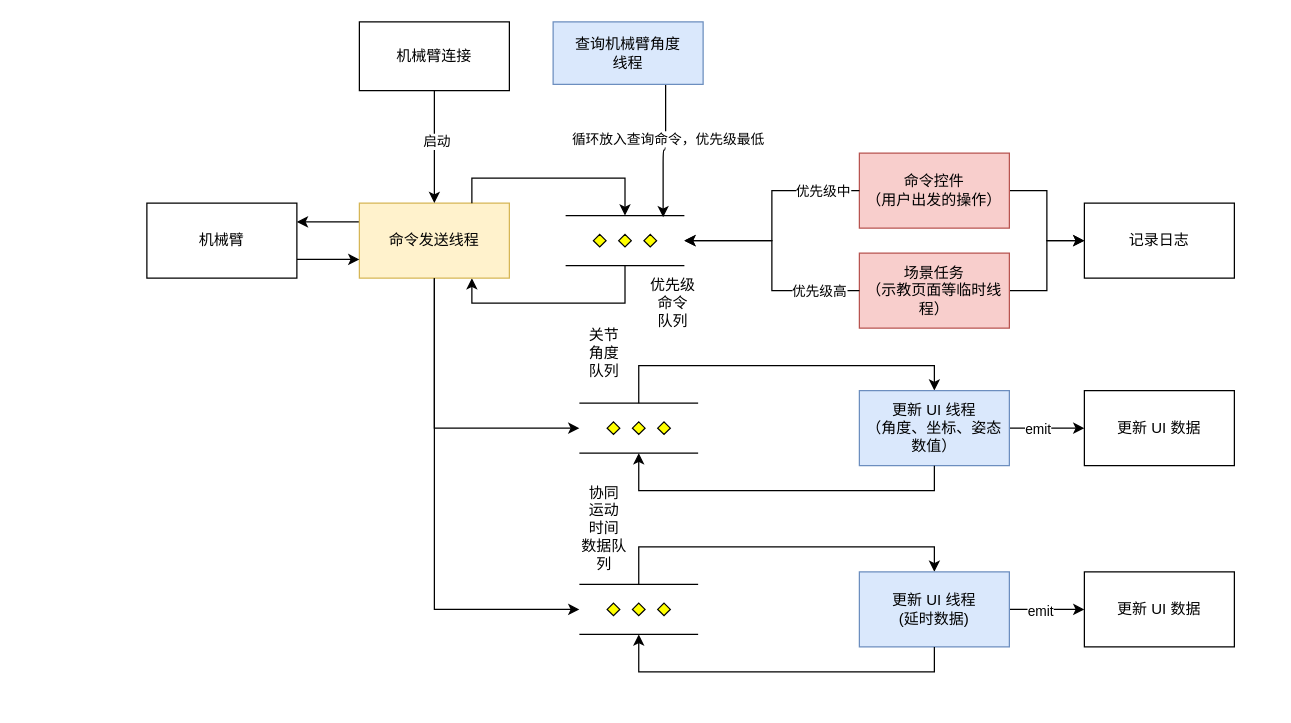
This is page "通讯线程工作流" (4 of 5) of docs/上位机核心逻辑设计.drawio from CoreJK/blinx_robot_arm_control, a draw.io file, before an edit. Source tidied: cells renumbered, new cells numbered last; positions are measured from the earlier drawing's top-left corner, leaving out a move shared by most shapes. Both pictures are drawn from the tidied source at 125%, with x=0, y=0 at pixel (146, 21).
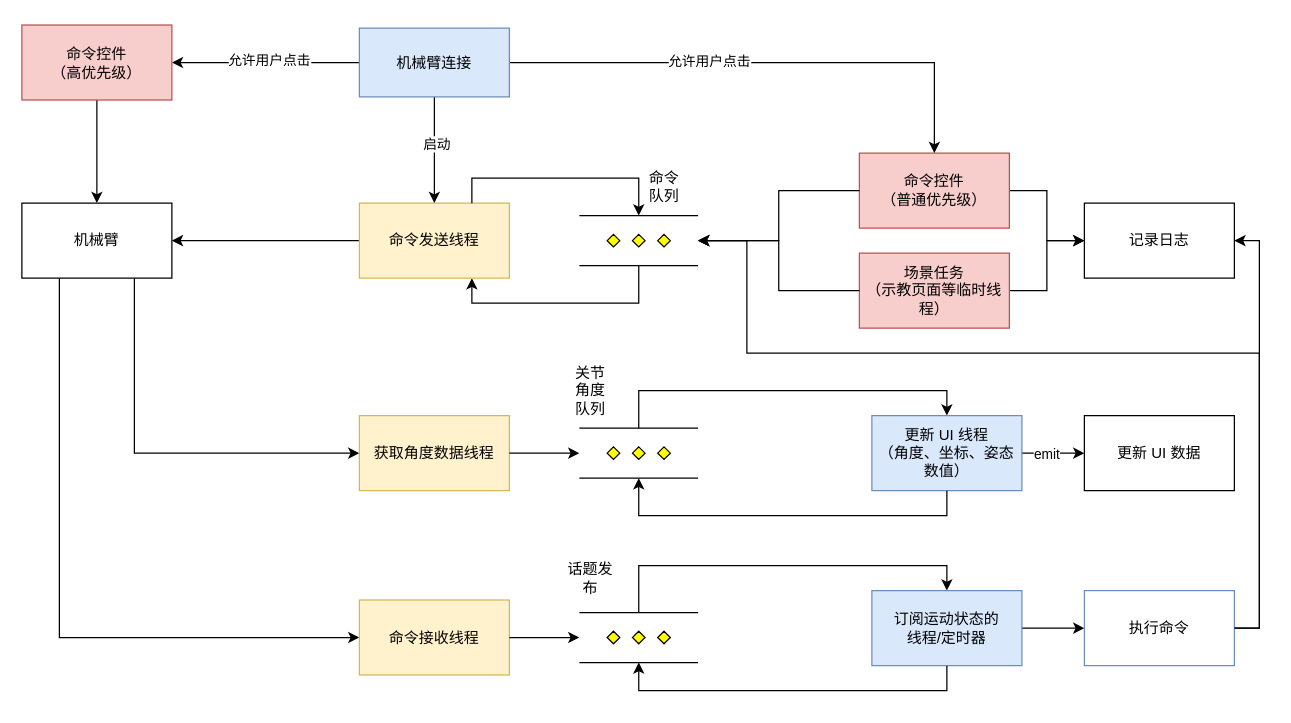
The same diagram, later.

The change refers to these unchanged cells:
```xml
<mxCell id="7" value="命令发送线程" style="rounded=0;whiteSpace=wrap;html=1;fillColor=#fff2cc;strokeColor=#d6b656;" parent="1" vertex="1">
  <mxGeometry x="170" y="145" width="120" height="60" as="geometry" />
</mxCell>
<mxCell id="13" style="edgeStyle=orthogonalEdgeStyle;rounded=0;jettySize=auto;html=1;exitX=0;exitY=0.5;exitDx=0;exitDy=0;entryX=1;entryY=0.5;entryDx=0;entryDy=0;entryPerimeter=0;" parent="1" edge="1" source="11" target="3">
  <mxGeometry relative="1" as="geometry" />
</mxCell>
<mxCell id="26" value="记录日志" style="rounded=0;whiteSpace=wrap;html=1;" parent="1" vertex="1">
  <mxGeometry x="750" y="145" width="120" height="60" as="geometry" />
</mxCell>
<mxCell id="41" style="edgeStyle=orthogonalEdgeStyle;rounded=0;jettySize=auto;html=1;exitX=0;exitY=0.5;exitDx=0;exitDy=0;entryX=1;entryY=0.5;entryDx=0;entryDy=0;entryPerimeter=0;" parent="1" edge="1" source="40" target="3">
  <mxGeometry relative="1" as="geometry" />
</mxCell>
```

Change to the diagram source:
```diff
@@
     <mxCell id="3" style="verticalLabelPosition=bottom;verticalAlign=top;html=1;shape=mxgraph.flowchart.parallel_mode;" parent="1" vertex="1">
-      <mxGeometry x="335" y="155" width="95" height="40" as="geometry" />
+      <mxGeometry x="346" y="155" width="95" height="40" as="geometry" />
     </mxCell>
@@
     <mxCell id="5" style="verticalLabelPosition=bottom;verticalAlign=top;html=1;shape=mxgraph.flowchart.parallel_mode;" parent="1" vertex="1">
-      <mxGeometry x="346" y="305" width="95" height="40" as="geometry" />
+      <mxGeometry x="346" y="325" width="95" height="40" as="geometry" />
     </mxCell>
-    <mxCell id="6" style="edgeStyle=orthogonalEdgeStyle;rounded=0;jettySize=auto;html=1;exitX=0;exitY=0.25;exitDx=0;exitDy=0;entryX=1;entryY=0.25;entryDx=0;entryDy=0;" parent="1" edge="1" source="7" target="9">
-      <mxGeometry relative="1" as="geometry">
-        <Array as="points">
-          <mxPoint x="140" y="160" />
-          <mxPoint x="140" y="160" />
-        </Array>
-      </mxGeometry>
+    <mxCell id="6" style="edgeStyle=orthogonalEdgeStyle;rounded=0;jettySize=auto;html=1;exitX=0;exitY=0.5;exitDx=0;exitDy=0;entryX=1;entryY=0.5;entryDx=0;entryDy=0;" parent="1" edge="1" source="7" target="9">
+      <mxGeometry relative="1" as="geometry" />
     </mxCell>
@@
-    <mxCell id="8" style="edgeStyle=orthogonalEdgeStyle;rounded=0;jettySize=auto;html=1;exitX=1;exitY=0.75;exitDx=0;exitDy=0;entryX=0;entryY=0.75;entryDx=0;entryDy=0;" parent="1" edge="1" source="9" target="7">
-      <mxGeometry relative="1" as="geometry" />
-    </mxCell>
+    <mxCell id="43" style="edgeStyle=orthogonalEdgeStyle;rounded=0;jettySize=auto;html=1;exitX=0.75;exitY=1;exitDx=0;exitDy=0;entryX=0;entryY=0.5;entryDx=0;entryDy=0;" parent="1" edge="1" source="9" target="51">
+      <mxGeometry relative="1" as="geometry" />
+    </mxCell>
+    <mxCell id="44" style="edgeStyle=orthogonalEdgeStyle;rounded=0;jettySize=auto;html=1;exitX=0.25;exitY=1;exitDx=0;exitDy=0;entryX=0;entryY=0.5;entryDx=0;entryDy=0;" parent="1" edge="1" source="9" target="50">
+      <mxGeometry relative="1" as="geometry" />
+    </mxCell>
     <mxCell id="9" value="机械臂" style="rounded=0;whiteSpace=wrap;html=1;" parent="1" vertex="1">
-      <mxGeometry y="145" width="120" height="60" as="geometry" />
+      <mxGeometry x="-100" y="145" width="120" height="60" as="geometry" />
     </mxCell>
@@
-    <mxCell id="11" value="命令控件&lt;br&gt;（用户出发的操作）" style="rounded=0;whiteSpace=wrap;html=1;fillColor=#f8cecc;strokeColor=#b85450;" parent="1" vertex="1">
+    <mxCell id="11" value="命令控件&lt;br&gt;（普通优先级）" style="rounded=0;whiteSpace=wrap;html=1;fillColor=#f8cecc;strokeColor=#b85450;" parent="1" vertex="1">
       <mxGeometry x="570" y="105" width="120" height="60" as="geometry" />
     </mxCell>
@@
-    <mxCell id="14" value="优先级中" style="edgeLabel;html=1;align=center;verticalAlign=middle;" parent="13" vertex="1">
-      <mxGeometry x="-0.15" y="1" relative="1" as="geometry">
-        <mxPoint x="39" y="-7" as="offset" />
-      </mxGeometry>
-    </mxCell>
-    <mxCell id="15" value="优先级&lt;br&gt;命令&lt;br&gt;队列" style="text;html=1;strokeColor=none;fillColor=none;align=center;verticalAlign=middle;whiteSpace=wrap;rounded=0;" parent="1" vertex="1">
-      <mxGeometry x="401" y="215" width="40" height="20" as="geometry" />
+    <mxCell id="15" value="&lt;br&gt;命令&lt;br&gt;队列" style="text;html=1;strokeColor=none;fillColor=none;align=center;verticalAlign=middle;whiteSpace=wrap;rounded=0;" parent="1" vertex="1">
+      <mxGeometry x="394" y="115" width="40" height="20" as="geometry" />
     </mxCell>
     <mxCell id="16" value="关节&lt;br&gt;角度&lt;br&gt;队列" style="text;html=1;strokeColor=none;fillColor=none;align=center;verticalAlign=middle;whiteSpace=wrap;rounded=0;" parent="1" vertex="1">
-      <mxGeometry x="346" y="255" width="40" height="20" as="geometry" />
+      <mxGeometry x="335" y="285" width="40" height="20" as="geometry" />
     </mxCell>
-    <mxCell id="17" style="edgeStyle=orthogonalEdgeStyle;rounded=0;jettySize=auto;html=1;exitX=0.5;exitY=1;exitDx=0;exitDy=0;entryX=0;entryY=0.5;entryDx=0;entryDy=0;entryPerimeter=0;" parent="1" edge="1" source="7" target="5">
-      <mxGeometry relative="1" as="geometry" />
-    </mxCell>
@@
     <mxCell id="20" value="更新 UI 线程&lt;br&gt;（角度、坐标、姿态数值）" style="rounded=0;whiteSpace=wrap;html=1;fillColor=#dae8fc;strokeColor=#6c8ebf;" parent="1" vertex="1">
-      <mxGeometry x="570" y="295" width="120" height="60" as="geometry" />
+      <mxGeometry x="580" y="315" width="120" height="60" as="geometry" />
     </mxCell>
@@
-    <mxCell id="22" style="edgeStyle=orthogonalEdgeStyle;html=1;exitX=0.75;exitY=1;exitDx=0;exitDy=0;entryX=0.821;entryY=0.032;entryDx=0;entryDy=0;entryPerimeter=0;" parent="1" edge="1" source="24" target="3">
-      <mxGeometry relative="1" as="geometry" />
-    </mxCell>
-    <mxCell id="23" value="循环放入查询命令，优先级最低" style="edgeLabel;html=1;align=center;verticalAlign=middle;" parent="22" vertex="1">
-      <mxGeometry x="-0.21" y="1" relative="1" as="geometry" />
-    </mxCell>
-    <mxCell id="24" value="查询机械臂角度&lt;br&gt;线程" style="rounded=0;whiteSpace=wrap;html=1;fillColor=#dae8fc;strokeColor=#6c8ebf;" parent="1" vertex="1">
-      <mxGeometry x="325" width="120" height="50" as="geometry" />
-    </mxCell>
     <mxCell id="25" value="更新 UI 数据" style="rounded=0;whiteSpace=wrap;html=1;" parent="1" vertex="1">
-      <mxGeometry x="750" y="295" width="120" height="60" as="geometry" />
+      <mxGeometry x="750" y="315" width="120" height="60" as="geometry" />
     </mxCell>
@@
+    <mxCell id="45" style="edgeStyle=orthogonalEdgeStyle;rounded=0;jettySize=auto;html=1;exitX=1;exitY=0.5;exitDx=0;exitDy=0;entryX=0.5;entryY=0;entryDx=0;entryDy=0;" parent="1" edge="1" source="29" target="11">
+      <mxGeometry relative="1" as="geometry" />
+    </mxCell>
+    <mxCell id="46" value="允许用户点击" style="edgeLabel;html=1;align=center;verticalAlign=middle;" parent="45" vertex="1">
+      <mxGeometry x="-0.23" y="1" relative="1" as="geometry" />
+    </mxCell>
+    <mxCell id="47" style="edgeStyle=orthogonalEdgeStyle;rounded=0;jettySize=auto;html=1;exitX=0;exitY=0.5;exitDx=0;exitDy=0;entryX=1;entryY=0.5;entryDx=0;entryDy=0;" parent="1" edge="1" source="29" target="59">
+      <mxGeometry relative="1" as="geometry" />
+    </mxCell>
+    <mxCell id="48" value="允许用户点击" style="edgeLabel;html=1;align=center;verticalAlign=middle;" parent="47" vertex="1">
+      <mxGeometry x="-0.03" y="-2" relative="1" as="geometry" />
+    </mxCell>
-    <mxCell id="29" value="机械臂连接" style="rounded=0;whiteSpace=wrap;html=1;" parent="1" vertex="1">
-      <mxGeometry x="170" width="120" height="55" as="geometry" />
+    <mxCell id="29" value="机械臂连接" style="rounded=0;whiteSpace=wrap;html=1;fillColor=#dae8fc;strokeColor=#6c8ebf;" parent="1" vertex="1">
+      <mxGeometry x="170" y="5" width="120" height="55" as="geometry" />
     </mxCell>
@@
     <mxCell id="31" style="verticalLabelPosition=bottom;verticalAlign=top;html=1;shape=mxgraph.flowchart.parallel_mode;" parent="1" vertex="1">
-      <mxGeometry x="346" y="450" width="95" height="40" as="geometry" />
+      <mxGeometry x="346" y="472.5" width="95" height="40" as="geometry" />
     </mxCell>
-    <mxCell id="32" style="edgeStyle=orthogonalEdgeStyle;rounded=0;jettySize=auto;html=1;exitX=0.5;exitY=1;exitDx=0;exitDy=0;entryX=0;entryY=0.5;entryDx=0;entryDy=0;entryPerimeter=0;" parent="1" edge="1" source="7" target="31">
-      <mxGeometry relative="1" as="geometry" />
-    </mxCell>
-    <mxCell id="33" value="协同&lt;br&gt;运动&lt;br&gt;时间&lt;br&gt;数据队列" style="text;html=1;strokeColor=none;fillColor=none;align=center;verticalAlign=middle;whiteSpace=wrap;rounded=0;" parent="1" vertex="1">
-      <mxGeometry x="346" y="395" width="40" height="20" as="geometry" />
-    </mxCell>
-    <mxCell id="34" style="edgeStyle=orthogonalEdgeStyle;rounded=0;jettySize=auto;html=1;" parent="1" edge="1" source="36" target="38">
-      <mxGeometry relative="1" as="geometry" />
-    </mxCell>
-    <mxCell id="35" value="emit" style="edgeLabel;html=1;align=center;verticalAlign=middle;" parent="34" vertex="1">
-      <mxGeometry x="-0.2" y="-1" relative="1" as="geometry" />
-    </mxCell>
+    <mxCell id="49" style="edgeStyle=orthogonalEdgeStyle;rounded=0;jettySize=auto;html=1;" parent="1" edge="1" source="36" target="56">
+      <mxGeometry relative="1" as="geometry" />
+    </mxCell>
-    <mxCell id="36" value="更新 UI 线程&lt;br&gt;(延时数据)" style="rounded=0;whiteSpace=wrap;html=1;fillColor=#dae8fc;strokeColor=#6c8ebf;" parent="1" vertex="1">
-      <mxGeometry x="570" y="440" width="120" height="60" as="geometry" />
+    <mxCell id="36" value="订阅运动状态的&lt;br&gt;线程/定时器" style="rounded=0;whiteSpace=wrap;html=1;fillColor=#dae8fc;strokeColor=#6c8ebf;" parent="1" vertex="1">
+      <mxGeometry x="580" y="455" width="120" height="60" as="geometry" />
     </mxCell>
@@
-    <mxCell id="38" value="更新 UI 数据" style="whiteSpace=wrap;html=1;rounded=0;" parent="1" vertex="1">
-      <mxGeometry x="750" y="440" width="120" height="60" as="geometry" />
-    </mxCell>
@@
-    <mxCell id="42" value="优先级高" style="edgeLabel;html=1;align=center;verticalAlign=middle;" parent="41" vertex="1">
-      <mxGeometry x="-0.63" relative="1" as="geometry" />
-    </mxCell>
+    <mxCell id="50" value="命令接收线程" style="rounded=0;whiteSpace=wrap;html=1;fillColor=#fff2cc;strokeColor=#d6b656;" parent="1" vertex="1">
+      <mxGeometry x="170" y="462.5" width="120" height="60" as="geometry" />
+    </mxCell>
+    <mxCell id="51" value="获取角度数据线程" style="rounded=0;whiteSpace=wrap;html=1;fillColor=#fff2cc;strokeColor=#d6b656;" parent="1" vertex="1">
+      <mxGeometry x="170" y="315" width="120" height="60" as="geometry" />
+    </mxCell>
+    <mxCell id="52" style="edgeStyle=orthogonalEdgeStyle;rounded=0;jettySize=auto;html=1;exitX=1;exitY=0.5;exitDx=0;exitDy=0;entryX=0;entryY=0.5;entryDx=0;entryDy=0;entryPerimeter=0;" parent="1" edge="1" source="51" target="5">
+      <mxGeometry relative="1" as="geometry" />
+    </mxCell>
+    <mxCell id="53" value="话题发布" style="text;html=1;strokeColor=none;fillColor=none;align=center;verticalAlign=middle;whiteSpace=wrap;rounded=0;" parent="1" vertex="1">
+      <mxGeometry x="335" y="435" width="40" height="20" as="geometry" />
+    </mxCell>
+    <mxCell id="54" style="edgeStyle=orthogonalEdgeStyle;rounded=0;jettySize=auto;html=1;exitX=1;exitY=0.5;exitDx=0;exitDy=0;entryX=0;entryY=0.5;entryDx=0;entryDy=0;entryPerimeter=0;" parent="1" edge="1" source="50" target="31">
+      <mxGeometry relative="1" as="geometry" />
+    </mxCell>
+    <mxCell id="55" style="edgeStyle=orthogonalEdgeStyle;rounded=0;jettySize=auto;html=1;exitX=1;exitY=0.5;exitDx=0;exitDy=0;entryX=1;entryY=0.5;entryDx=0;entryDy=0;" parent="1" edge="1" source="56" target="26">
+      <mxGeometry relative="1" as="geometry" />
+    </mxCell>
+    <mxCell id="56" value="执行命令" style="whiteSpace=wrap;html=1;fillColor=#FFFFFF;strokeColor=#6c8ebf;rounded=0;" parent="1" vertex="1">
+      <mxGeometry x="750" y="455" width="120" height="60" as="geometry" />
+    </mxCell>
+    <mxCell id="57" style="edgeStyle=orthogonalEdgeStyle;rounded=0;jettySize=auto;html=1;exitX=1;exitY=0.5;exitDx=0;exitDy=0;entryX=1;entryY=0.5;entryDx=0;entryDy=0;entryPerimeter=0;" parent="1" edge="1" source="56" target="3">
+      <mxGeometry relative="1" as="geometry">
+        <Array as="points">
+          <mxPoint x="890" y="485" />
+          <mxPoint x="890" y="265" />
+          <mxPoint x="480" y="265" />
+          <mxPoint x="480" y="175" />
+        </Array>
+      </mxGeometry>
+    </mxCell>
+    <mxCell id="58" style="edgeStyle=orthogonalEdgeStyle;rounded=0;jettySize=auto;html=1;exitX=0.5;exitY=1;exitDx=0;exitDy=0;entryX=0.5;entryY=0;entryDx=0;entryDy=0;" parent="1" edge="1" source="59" target="9">
+      <mxGeometry relative="1" as="geometry" />
+    </mxCell>
+    <mxCell id="59" value="命令控件&lt;br&gt;（高优先级）" style="rounded=0;whiteSpace=wrap;html=1;fillColor=#f8cecc;strokeColor=#b85450;" parent="1" vertex="1">
+      <mxGeometry x="-100" y="2.5" width="120" height="60" as="geometry" />
+    </mxCell>
```
